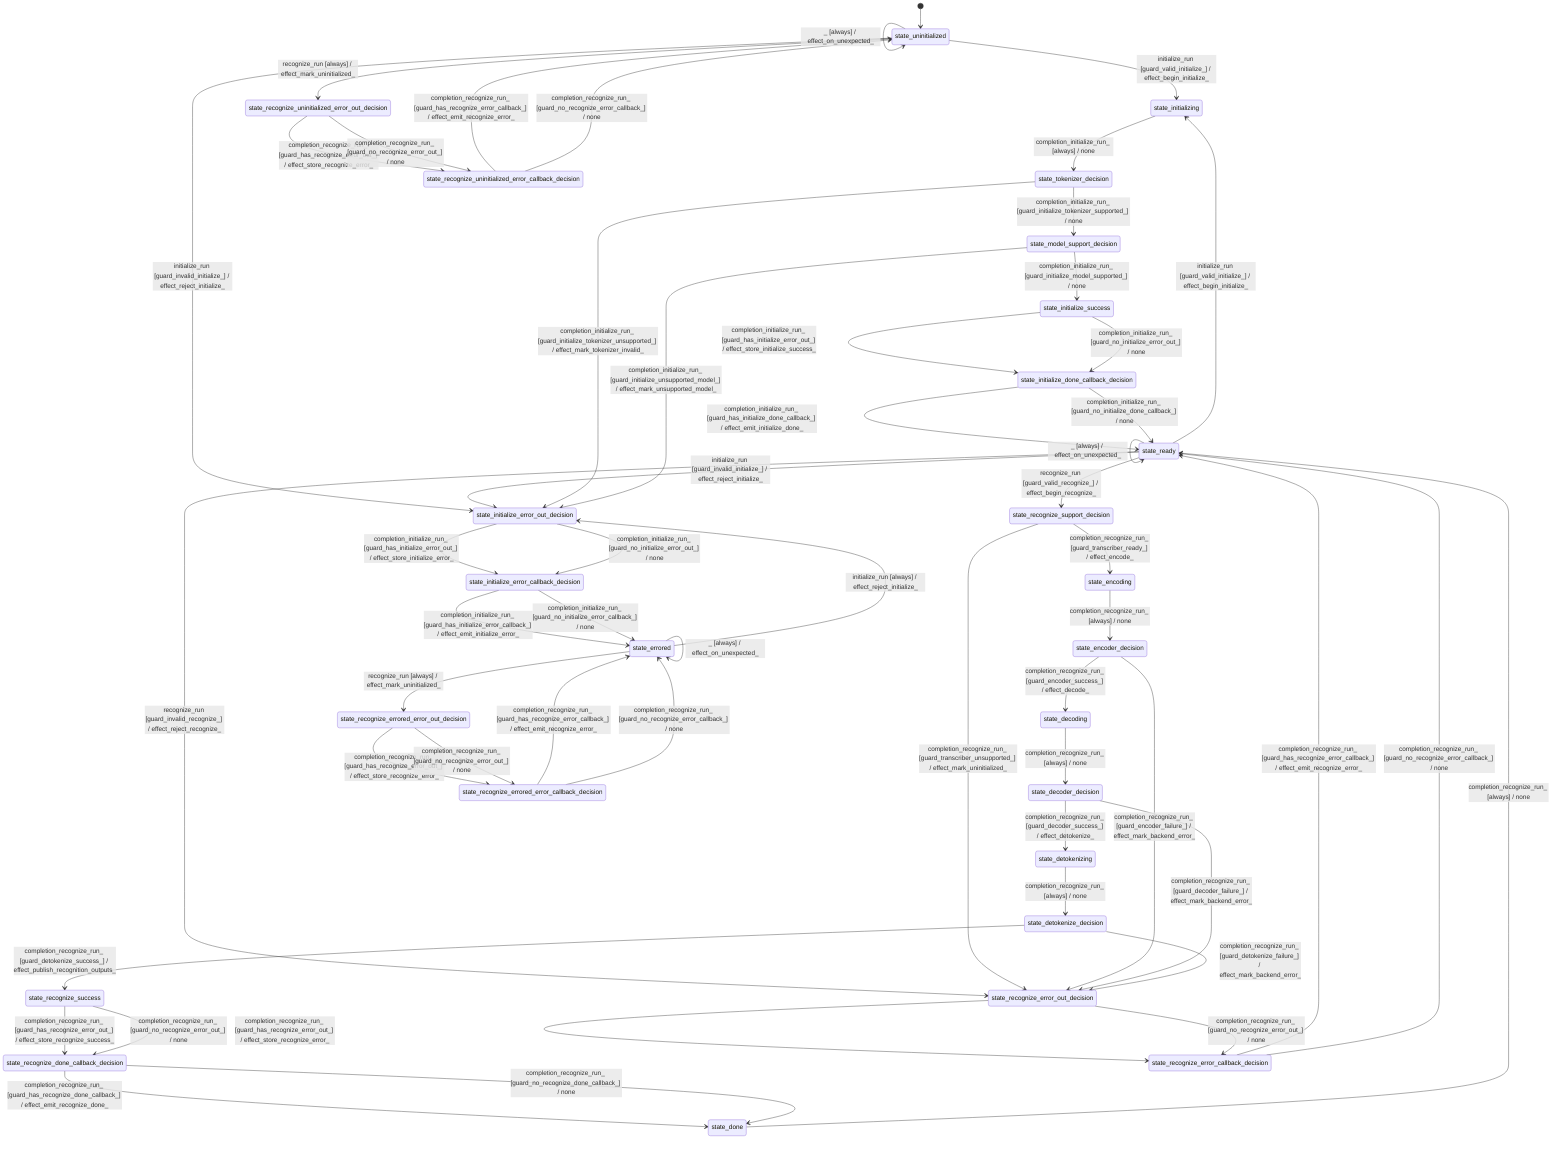
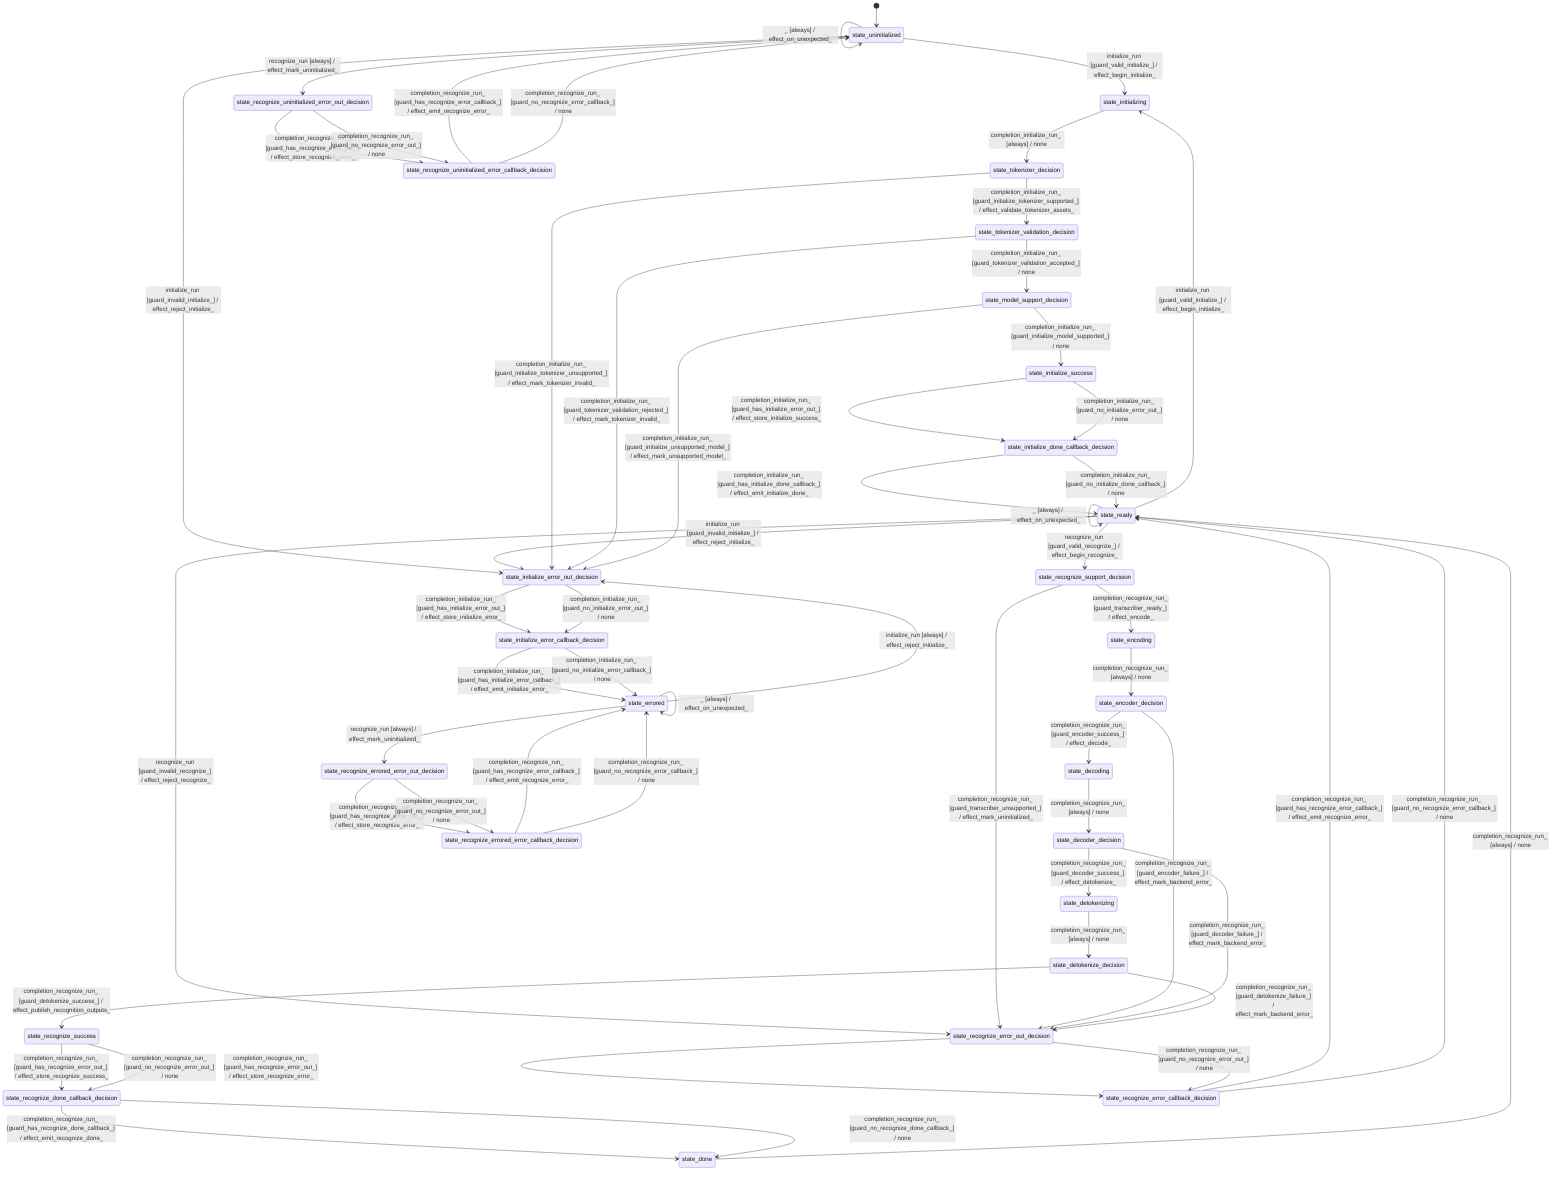
stateDiagram-v2
  direction TB
  [*] --> state_uninitialized
  state_uninitialized --> state_initializing : initialize_run [guard_valid_initialize_] / effect_begin_initialize_
  state_uninitialized --> state_initialize_error_out_decision : initialize_run [guard_invalid_initialize_] / effect_reject_initialize_
  state_ready --> state_initializing : initialize_run [guard_valid_initialize_] / effect_begin_initialize_
  state_ready --> state_initialize_error_out_decision : initialize_run [guard_invalid_initialize_] / effect_reject_initialize_
  state_errored --> state_initialize_error_out_decision : initialize_run [always] / effect_reject_initialize_
  state_initializing --> state_tokenizer_decision : completion_initialize_run_ [always] / none
-   state_tokenizer_decision --> state_model_support_decision : completion_initialize_run_ [guard_initialize_tokenizer_supported_] / none
+   state_tokenizer_decision --> state_tokenizer_validation_decision : completion_initialize_run_ [guard_initialize_tokenizer_supported_] / effect_validate_tokenizer_assets_
  state_tokenizer_decision --> state_initialize_error_out_decision : completion_initialize_run_ [guard_initialize_tokenizer_unsupported_] / effect_mark_tokenizer_invalid_
+   state_tokenizer_validation_decision --> state_model_support_decision : completion_initialize_run_ [guard_tokenizer_validation_accepted_] / none
+   state_tokenizer_validation_decision --> state_initialize_error_out_decision : completion_initialize_run_ [guard_tokenizer_validation_rejected_] / effect_mark_tokenizer_invalid_
  state_model_support_decision --> state_initialize_success : completion_initialize_run_ [guard_initialize_model_supported_] / none
  state_model_support_decision --> state_initialize_error_out_decision : completion_initialize_run_ [guard_initialize_unsupported_model_] / effect_mark_unsupported_model_
  state_initialize_success --> state_initialize_done_callback_decision : completion_initialize_run_ [guard_has_initialize_error_out_] / effect_store_initialize_success_
  state_initialize_success --> state_initialize_done_callback_decision : completion_initialize_run_ [guard_no_initialize_error_out_] / none
  state_initialize_error_out_decision --> state_initialize_error_callback_decision : completion_initialize_run_ [guard_has_initialize_error_out_] / effect_store_initialize_error_
  state_initialize_error_out_decision --> state_initialize_error_callback_decision : completion_initialize_run_ [guard_no_initialize_error_out_] / none
  state_initialize_done_callback_decision --> state_ready : completion_initialize_run_ [guard_has_initialize_done_callback_] / effect_emit_initialize_done_
  state_initialize_done_callback_decision --> state_ready : completion_initialize_run_ [guard_no_initialize_done_callback_] / none
  state_initialize_error_callback_decision --> state_errored : completion_initialize_run_ [guard_has_initialize_error_callback_] / effect_emit_initialize_error_
  state_initialize_error_callback_decision --> state_errored : completion_initialize_run_ [guard_no_initialize_error_callback_] / none
  state_ready --> state_recognize_support_decision : recognize_run [guard_valid_recognize_] / effect_begin_recognize_
  state_ready --> state_recognize_error_out_decision : recognize_run [guard_invalid_recognize_] / effect_reject_recognize_
  state_uninitialized --> state_recognize_uninitialized_error_out_decision : recognize_run [always] / effect_mark_uninitialized_
  state_errored --> state_recognize_errored_error_out_decision : recognize_run [always] / effect_mark_uninitialized_
  state_recognize_support_decision --> state_recognize_error_out_decision : completion_recognize_run_ [guard_transcriber_unsupported_] / effect_mark_uninitialized_
  state_recognize_support_decision --> state_encoding : completion_recognize_run_ [guard_transcriber_ready_] / effect_encode_
  state_encoding --> state_encoder_decision : completion_recognize_run_ [always] / none
  state_encoder_decision --> state_decoding : completion_recognize_run_ [guard_encoder_success_] / effect_decode_
  state_encoder_decision --> state_recognize_error_out_decision : completion_recognize_run_ [guard_encoder_failure_] / effect_mark_backend_error_
  state_decoding --> state_decoder_decision : completion_recognize_run_ [always] / none
  state_decoder_decision --> state_detokenizing : completion_recognize_run_ [guard_decoder_success_] / effect_detokenize_
  state_decoder_decision --> state_recognize_error_out_decision : completion_recognize_run_ [guard_decoder_failure_] / effect_mark_backend_error_
  state_detokenizing --> state_detokenize_decision : completion_recognize_run_ [always] / none
  state_detokenize_decision --> state_recognize_success : completion_recognize_run_ [guard_detokenize_success_] / effect_publish_recognition_outputs_
  state_detokenize_decision --> state_recognize_error_out_decision : completion_recognize_run_ [guard_detokenize_failure_] / effect_mark_backend_error_
  state_recognize_success --> state_recognize_done_callback_decision : completion_recognize_run_ [guard_has_recognize_error_out_] / effect_store_recognize_success_
  state_recognize_success --> state_recognize_done_callback_decision : completion_recognize_run_ [guard_no_recognize_error_out_] / none
  state_recognize_error_out_decision --> state_recognize_error_callback_decision : completion_recognize_run_ [guard_has_recognize_error_out_] / effect_store_recognize_error_
  state_recognize_error_out_decision --> state_recognize_error_callback_decision : completion_recognize_run_ [guard_no_recognize_error_out_] / none
  state_recognize_done_callback_decision --> state_done : completion_recognize_run_ [guard_has_recognize_done_callback_] / effect_emit_recognize_done_
  state_recognize_done_callback_decision --> state_done : completion_recognize_run_ [guard_no_recognize_done_callback_] / none
  state_recognize_error_callback_decision --> state_ready : completion_recognize_run_ [guard_has_recognize_error_callback_] / effect_emit_recognize_error_
  state_recognize_error_callback_decision --> state_ready : completion_recognize_run_ [guard_no_recognize_error_callback_] / none
  state_done --> state_ready : completion_recognize_run_ [always] / none
  state_recognize_uninitialized_error_out_decision --> state_recognize_uninitialized_error_callback_decision : completion_recognize_run_ [guard_has_recognize_error_out_] / effect_store_recognize_error_
  state_recognize_uninitialized_error_out_decision --> state_recognize_uninitialized_error_callback_decision : completion_recognize_run_ [guard_no_recognize_error_out_] / none
  state_recognize_uninitialized_error_callback_decision --> state_uninitialized : completion_recognize_run_ [guard_has_recognize_error_callback_] / effect_emit_recognize_error_
  state_recognize_uninitialized_error_callback_decision --> state_uninitialized : completion_recognize_run_ [guard_no_recognize_error_callback_] / none
  state_recognize_errored_error_out_decision --> state_recognize_errored_error_callback_decision : completion_recognize_run_ [guard_has_recognize_error_out_] / effect_store_recognize_error_
  state_recognize_errored_error_out_decision --> state_recognize_errored_error_callback_decision : completion_recognize_run_ [guard_no_recognize_error_out_] / none
  state_recognize_errored_error_callback_decision --> state_errored : completion_recognize_run_ [guard_has_recognize_error_callback_] / effect_emit_recognize_error_
  state_recognize_errored_error_callback_decision --> state_errored : completion_recognize_run_ [guard_no_recognize_error_callback_] / none
  state_uninitialized --> state_uninitialized : _ [always] / effect_on_unexpected_
  state_ready --> state_ready : _ [always] / effect_on_unexpected_
  state_errored --> state_errored : _ [always] / effect_on_unexpected_
